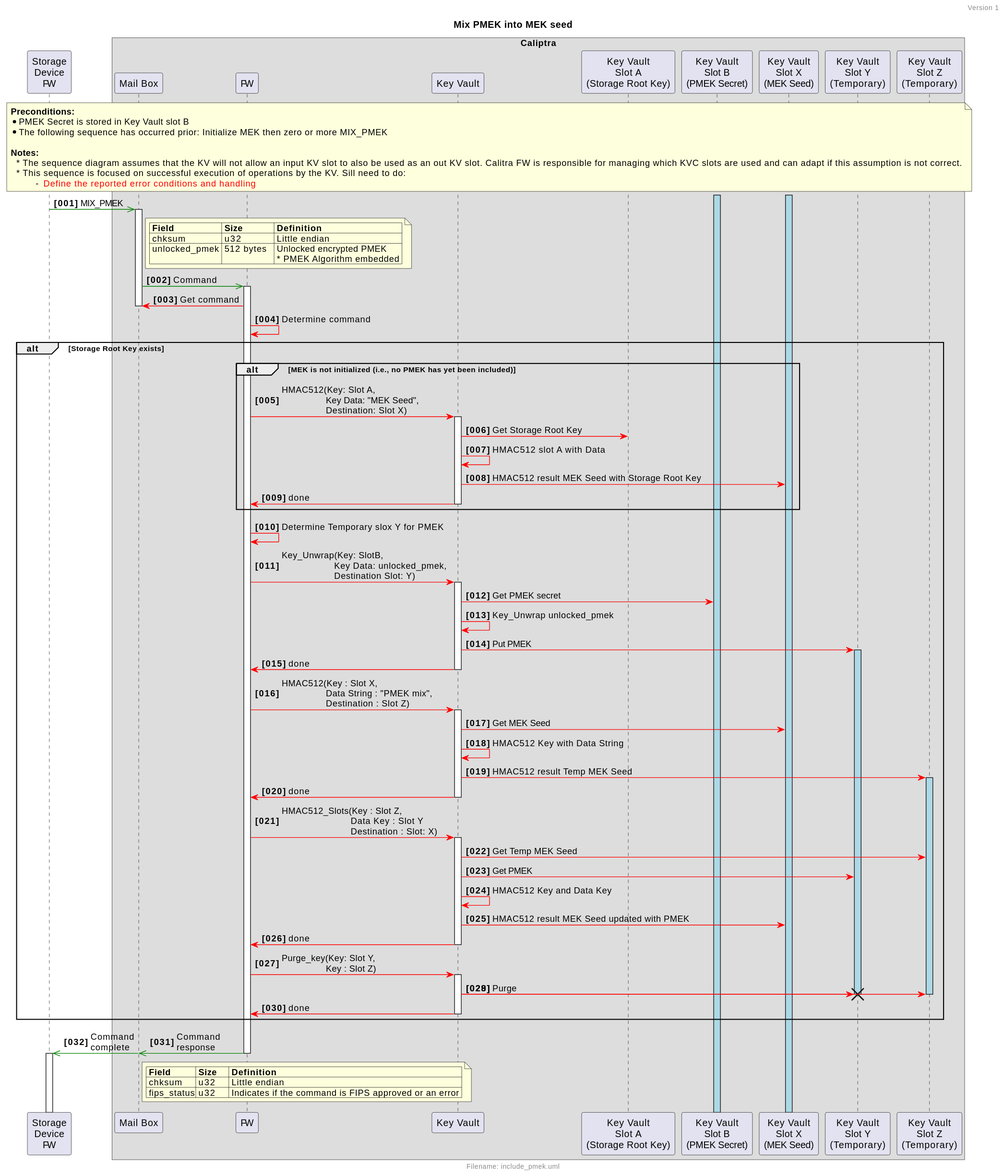
Earlier version of the PlantUML export doc/ocp_lock/diagrams/include_pmek.svg (chipsalliance/Caliptra). Its diagram source:
```plantuml
@startuml
!include ocp_lock_utils.inc

!$show_all = %true()

!if ($show_all)
    !$show_precond = %true()
    !$show_title = %true()
    !$show_api = %true()
    !$show_msg_parsing = %true()
    !$show_done = %true()
!else
    !$show_precond = %false()
    !$show_title = %false()
    !$show_api = %false()
    !$show_msg_parsing = %false()
    !$show_done = %false()
!endif


!if ($show_title)
    Title "Mix PMEK into MEK seed"
!endif

!if ($show_precond)
    note across
        <b>Preconditions:</b>
        * PMEK Secret is stored in Key Vault slot B
        * The following sequence has occurred prior: Initialize MEK then zero or more MIX_PMEK

        <b>Notes:</b>
          * The sequence diagram assumes that the KV will not allow an input KV slot to also be used as an out KV slot. Calitra FW is responsible for managing which KVC slots are used and can adapt if this assumption is not correct.
          * This sequence is focused on successful execution of operations by the KV. Sill need to do:
                 - <font color=red>Define the reported error conditions and handling
    end note
!endif

meks++ $BUFFER_ACTIVATION
pmeks++ $BUFFER_ACTIVATION


fw $async mb++ : MIX_PMEK

!if ($show_api)
    note right mb
        | <b>Field      | <b>Size        | <b>Definition |
        | chksum        | u32            | Little endian |
        | unlocked_pmek | 512 bytes | Unlocked encrypted PMEK\n * PMEK Algorithm embedded |
    end note
!endif

mb $async cfw++ : Command

!if ($show_msg_parsing)
    cfw $sync mb : Get command
    mb--
    $self("cfw", "Determine command")
!else
    mb--
!endif

alt Storage Root Key exists

    alt MEK is not initialized (i.e., no PMEK has yet been included)
        cfw $sync kv++: HMAC512(Key: Slot A,\n                Key Data: "MEK Seed",\n                Destination: Slot X)
        kv $sync srk: Get Storage Root Key
        kv $sync kv: HMAC512 slot A with Data
        kv $sync meks: HMAC512 result MEK Seed with Storage Root Key
        !if ($show_done)
            kv $sync cfw-- : done
        !else
            kv--
        !endif
    end

    $self("cfw", "Determine Temporary slox Y for PMEK")

    cfw $sync kv++: Key_Unwrap(Key:  SlotB,\n                   Key Data: unlocked_pmek,\n                   Destination Slot: Y)
    kv $sync pmeks: Get PMEK secret
    kv $sync kv: Key_Unwrap unlocked_pmek
    kv $sync tempy: Put PMEK
    tempy++ $BUFFER_ACTIVATION
    !if ($show_done)
        kv $sync cfw-- : done
    !else
        kv--
    !endif

    cfw $sync kv++: HMAC512(Key : Slot X,\n                Data String : "PMEK mix",\n                Destination : Slot Z)
    kv $sync meks: Get MEK Seed
    kv $sync kv: HMAC512 Key with Data String
    kv $sync tempz: HMAC512 result Temp MEK Seed
    tempz++ $BUFFER_ACTIVATION
    !if ($show_done)
        kv $sync cfw-- : done
    !else
        kv--
    !endif

    cfw $sync kv++: HMAC512_Slots(Key : Slot Z,\n                         Data Key  : Slot Y\n                         Destination : Slot: X)
    kv $sync tempz: Get Temp MEK Seed
    kv $sync tempy: Get PMEK
    kv $sync kv: HMAC512 Key and Data Key
    kv $sync meks: HMAC512 result MEK Seed updated with PMEK
    !if ($show_done)
        kv $sync cfw-- : done
    !else
        kv--
    !endif

    cfw $sync kv++: Purge_key(Key: Slot Y,\n                Key : Slot Z)
    kv $sync tempy !! : Purge
    & kv $sync tempz !!
    !if ($show_done)
        kv $sync cfw-- : done
    !else
        kv--
    !endif
end


cfw $async mb : Command\nresponse
& mb $async fw++ : Command\ncomplete

!if ($show_api)
    note right mb
        | <b>Field   | <b>Size | <b>Definition |
        | chksum     | u32     | Little endian |
        | fips_status| u32     | Indicates if the command is FIPS approved or an error |
    end note
!endif
cfw--
@enduml
```
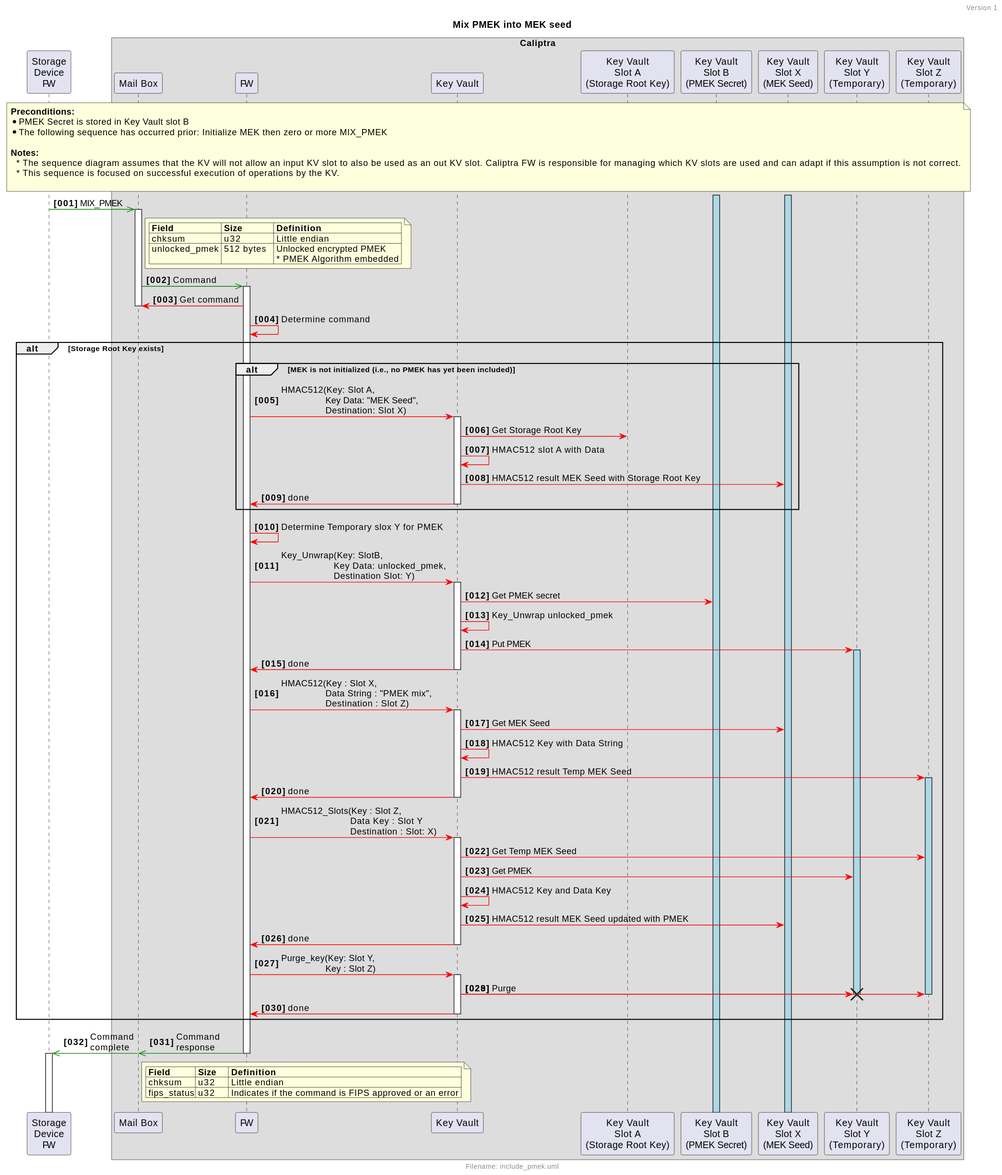
The same diagram one commit later.

What changed in the source:
```diff
@@ -1,22 +1,5 @@
 @startuml
 !include ocp_lock_utils.inc
-
-!$show_all = %true()
-
-!if ($show_all)
-    !$show_precond = %true()
-    !$show_title = %true()
-    !$show_api = %true()
-    !$show_msg_parsing = %true()
-    !$show_done = %true()
-!else
-    !$show_precond = %false()
-    !$show_title = %false()
-    !$show_api = %false()
-    !$show_msg_parsing = %false()
-    !$show_done = %false()
-!endif
-
 
 !if ($show_title)
     Title "Mix PMEK into MEK seed"
@@ -29,9 +12,9 @@
         * The following sequence has occurred prior: Initialize MEK then zero or more MIX_PMEK
 
         <b>Notes:</b>
-          * The sequence diagram assumes that the KV will not allow an input KV slot to also be used as an out KV slot. Calitra FW is responsible for managing which KVC slots are used and can adapt if this assumption is not correct.
-          * This sequence is focused on successful execution of operations by the KV. Sill need to do:
-                 - <font color=red>Define the reported error conditions and handling
+          * The sequence diagram assumes that the KV will not allow an input KV slot to also be used as an out KV slot. Caliptra FW is responsible for managing which KV slots are used and can adapt if this assumption is not correct.
+          * This sequence is focused on successful execution of operations by the KV.
+
     end note
 !endif
 
```
